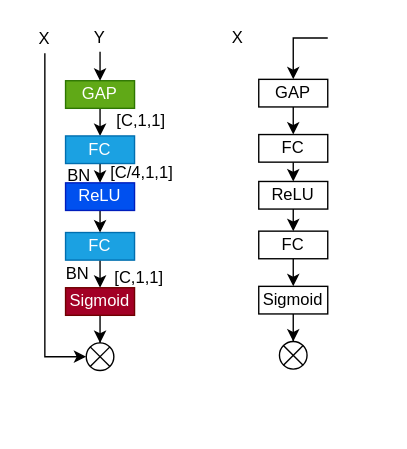
Before: ACM模块.drawio in paleblackless/diagrams, a draw.io diagram. Source tidied: cells renumbered, new cells numbered last; positions are measured from the earlier drawing's top-left corner, leaving out a move shared by most shapes. Both pictures are drawn from the tidied source at 138%, with x=0, y=0 at pixel (23, 23).
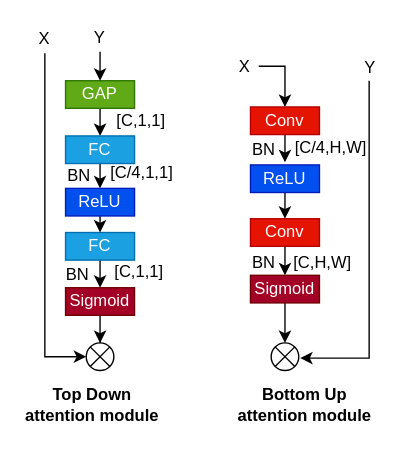
After the change.

Unchanged cells that the change refers to:
```xml
<mxCell id="13" value="X" style="text;html=1;strokeColor=none;fillColor=none;align=center;verticalAlign=middle;whiteSpace=wrap;rounded=0;" parent="1" vertex="1">
  <mxGeometry y="1" width="30" height="20" as="geometry" />
</mxCell>
<mxCell id="16" style="verticalLabelPosition=bottom;verticalAlign=top;html=1;shape=mxgraph.flowchart.or;" parent="1" vertex="1">
  <mxGeometry x="45" y="231" width="20" height="20" as="geometry" />
</mxCell>
```

Diff of the diagram source:
```diff
@@
     <mxCell id="9" value="ReLU" style="rounded=0;whiteSpace=wrap;html=1;fillColor=#0050ef;fontColor=#ffffff;strokeColor=#001DBC;" parent="1" vertex="1">
-      <mxGeometry x="30" y="115" width="50" height="20" as="geometry" />
+      <mxGeometry x="30" y="119" width="50" height="20" as="geometry" />
     </mxCell>
@@
     <mxCell id="12" style="edgeStyle=orthogonalEdgeStyle;rounded=0;jettySize=auto;html=1;exitX=0.5;exitY=1;exitDx=0;exitDy=0;entryX=0;entryY=0.5;entryDx=0;entryDy=0;entryPerimeter=0;" parent="1" edge="1" source="13" target="16">
-      <mxGeometry relative="1" as="geometry" />
+      <mxGeometry relative="1" as="geometry">
+        <Array as="points">
+          <mxPoint x="15" y="241" />
+        </Array>
+      </mxGeometry>
     </mxCell>
@@
-    <mxCell id="17" style="edgeStyle=orthogonalEdgeStyle;rounded=0;jettySize=auto;html=1;exitX=0.5;exitY=1;exitDx=0;exitDy=0;entryX=0.5;entryY=0;entryDx=0;entryDy=0;" parent="1" edge="1" source="18" target="22">
-      <mxGeometry relative="1" as="geometry" />
+    <mxCell id="17" style="edgeStyle=orthogonalEdgeStyle;rounded=0;jettySize=auto;html=1;exitX=0.5;exitY=1;exitDx=0;exitDy=0;entryX=0.5;entryY=0;entryDx=0;entryDy=0;" parent="1" edge="1" source="18">
+      <mxGeometry relative="1" as="geometry">
+        <mxPoint x="189" y="100" as="targetPoint" />
+      </mxGeometry>
     </mxCell>
-    <mxCell id="18" value="GAP" style="rounded=0;whiteSpace=wrap;html=1;" parent="1" vertex="1">
-      <mxGeometry x="170" y="40" width="50" height="20" as="geometry" />
+    <mxCell id="18" value="Conv" style="rounded=0;whiteSpace=wrap;html=1;fillColor=#e51400;fontColor=#ffffff;strokeColor=#B20000;" parent="1" vertex="1">
+      <mxGeometry x="164" y="60" width="50" height="20" as="geometry" />
     </mxCell>
-    <mxCell id="19" style="edgeStyle=orthogonalEdgeStyle;rounded=0;jettySize=auto;html=1;exitX=0.5;exitY=1;exitDx=0;exitDy=0;entryX=0.5;entryY=0;entryDx=0;entryDy=0;" parent="1" edge="1" source="20" target="26">
-      <mxGeometry relative="1" as="geometry" />
-    </mxCell>
-    <mxCell id="20" value="FC" style="rounded=0;whiteSpace=wrap;html=1;" parent="1" vertex="1">
-      <mxGeometry x="170" y="150" width="50" height="20" as="geometry" />
-    </mxCell>
-    <mxCell id="21" style="edgeStyle=orthogonalEdgeStyle;rounded=0;jettySize=auto;html=1;exitX=0.5;exitY=1;exitDx=0;exitDy=0;entryX=0.5;entryY=0;entryDx=0;entryDy=0;" parent="1" edge="1" source="22" target="24">
-      <mxGeometry relative="1" as="geometry" />
-    </mxCell>
-    <mxCell id="22" value="FC" style="rounded=0;whiteSpace=wrap;html=1;" parent="1" vertex="1">
-      <mxGeometry x="170" y="80" width="50" height="20" as="geometry" />
-    </mxCell>
-    <mxCell id="23" style="edgeStyle=orthogonalEdgeStyle;rounded=0;jettySize=auto;html=1;exitX=0.5;exitY=1;exitDx=0;exitDy=0;entryX=0.5;entryY=0;entryDx=0;entryDy=0;" parent="1" edge="1" source="24" target="20">
-      <mxGeometry relative="1" as="geometry" />
-    </mxCell>
-    <mxCell id="24" value="ReLU" style="rounded=0;whiteSpace=wrap;html=1;" parent="1" vertex="1">
-      <mxGeometry x="170" y="114" width="50" height="20" as="geometry" />
-    </mxCell>
-    <mxCell id="25" style="edgeStyle=orthogonalEdgeStyle;rounded=0;jettySize=auto;html=1;entryX=0.5;entryY=0;entryDx=0;entryDy=0;entryPerimeter=0;" parent="1" edge="1" source="26" target="29">
-      <mxGeometry relative="1" as="geometry" />
-    </mxCell>
-    <mxCell id="26" value="Sigmoid" style="rounded=0;whiteSpace=wrap;html=1;" parent="1" vertex="1">
-      <mxGeometry x="170" y="190" width="50" height="20" as="geometry" />
-    </mxCell>
+    <mxCell id="35" style="edgeStyle=orthogonalEdgeStyle;rounded=0;jettySize=auto;html=1;exitX=1;exitY=0.5;exitDx=0;exitDy=0;entryX=0.5;entryY=0;entryDx=0;entryDy=0;" parent="1" edge="1" source="27" target="18">
+      <mxGeometry relative="1" as="geometry" />
+    </mxCell>
     <mxCell id="27" value="X" style="text;html=1;strokeColor=none;fillColor=none;align=center;verticalAlign=middle;whiteSpace=wrap;rounded=0;" parent="1" vertex="1">
-      <mxGeometry x="140" width="30" height="20" as="geometry" />
+      <mxGeometry x="150" y="21" width="20" height="19" as="geometry" />
     </mxCell>
-    <mxCell id="28" style="edgeStyle=orthogonalEdgeStyle;rounded=0;jettySize=auto;html=1;entryX=0.5;entryY=0;entryDx=0;entryDy=0;" parent="1" edge="1" target="18">
-      <mxGeometry relative="1" as="geometry">
-        <mxPoint x="220" y="10" as="sourcePoint" />
-        <Array as="points">
-          <mxPoint x="195" y="10" />
-        </Array>
-      </mxGeometry>
-    </mxCell>
     <mxCell id="29" style="verticalLabelPosition=bottom;verticalAlign=top;html=1;shape=mxgraph.flowchart.or;" parent="1" vertex="1">
-      <mxGeometry x="185" y="230" width="20" height="20" as="geometry" />
+      <mxGeometry x="179" y="231" width="20" height="20" as="geometry" />
     </mxCell>
@@
     <mxCell id="33" value="BN" style="text;html=1;strokeColor=none;fillColor=none;align=center;verticalAlign=middle;whiteSpace=wrap;rounded=0;" parent="1" vertex="1">
-      <mxGeometry x="29" y="172" width="20" height="18" as="geometry" />
+      <mxGeometry x="29" y="173" width="20" height="18" as="geometry" />
     </mxCell>
     <mxCell id="34" value="[C,1,1]" style="text;html=1;strokeColor=none;fillColor=none;align=center;verticalAlign=middle;whiteSpace=wrap;rounded=0;" parent="1" vertex="1">
-      <mxGeometry x="65" y="178" width="37" height="12" as="geometry" />
+      <mxGeometry x="65" y="174" width="37" height="12" as="geometry" />
     </mxCell>
+    <mxCell id="36" style="edgeStyle=orthogonalEdgeStyle;rounded=0;jettySize=auto;html=1;" parent="1" edge="1" source="37">
+      <mxGeometry relative="1" as="geometry">
+        <mxPoint x="200" y="242" as="targetPoint" />
+        <Array as="points">
+          <mxPoint x="250" y="242" />
+        </Array>
+      </mxGeometry>
+    </mxCell>
+    <mxCell id="37" value="Y" style="text;html=1;strokeColor=none;fillColor=none;align=center;verticalAlign=middle;whiteSpace=wrap;rounded=0;" parent="1" vertex="1">
+      <mxGeometry x="241" y="22" width="20" height="19" as="geometry" />
+    </mxCell>
+    <mxCell id="38" style="edgeStyle=orthogonalEdgeStyle;rounded=0;jettySize=auto;html=1;exitX=0.5;exitY=1;exitDx=0;exitDy=0;entryX=0.5;entryY=0;entryDx=0;entryDy=0;" parent="1" edge="1" source="24" target="40">
+      <mxGeometry relative="1" as="geometry" />
+    </mxCell>
+    <mxCell id="24" value="ReLU" style="rounded=0;whiteSpace=wrap;html=1;fillColor=#0050ef;fontColor=#ffffff;strokeColor=#001DBC;" parent="1" vertex="1">
+      <mxGeometry x="164" y="102" width="50" height="20" as="geometry" />
+    </mxCell>
+    <mxCell id="39" style="edgeStyle=orthogonalEdgeStyle;rounded=0;jettySize=auto;html=1;exitX=0.5;exitY=1;exitDx=0;exitDy=0;entryX=0.5;entryY=0;entryDx=0;entryDy=0;" parent="1" edge="1" source="40" target="26">
+      <mxGeometry relative="1" as="geometry" />
+    </mxCell>
+    <mxCell id="40" value="Conv" style="rounded=0;whiteSpace=wrap;html=1;fillColor=#e51400;fontColor=#ffffff;strokeColor=#B20000;" parent="1" vertex="1">
+      <mxGeometry x="164" y="141" width="50" height="20" as="geometry" />
+    </mxCell>
+    <mxCell id="41" value="BN" style="text;html=1;strokeColor=none;fillColor=none;align=center;verticalAlign=middle;whiteSpace=wrap;rounded=0;" parent="1" vertex="1">
+      <mxGeometry x="164" y="82" width="20" height="18" as="geometry" />
+    </mxCell>
+    <mxCell id="42" value="[C/4,H,W]" style="text;html=1;strokeColor=none;fillColor=none;align=center;verticalAlign=middle;whiteSpace=wrap;rounded=0;" parent="1" vertex="1">
+      <mxGeometry x="204" y="84" width="37" height="12" as="geometry" />
+    </mxCell>
+    <mxCell id="43" value="BN" style="text;html=1;strokeColor=none;fillColor=none;align=center;verticalAlign=middle;whiteSpace=wrap;rounded=0;" parent="1" vertex="1">
+      <mxGeometry x="164" y="164" width="20" height="18" as="geometry" />
+    </mxCell>
+    <mxCell id="25" style="edgeStyle=orthogonalEdgeStyle;rounded=0;jettySize=auto;html=1;exitX=0.5;exitY=1;exitDx=0;exitDy=0;entryX=0.5;entryY=0;entryDx=0;entryDy=0;entryPerimeter=0;" parent="1" edge="1" source="26" target="29">
+      <mxGeometry relative="1" as="geometry" />
+    </mxCell>
+    <mxCell id="26" value="Sigmoid" style="rounded=0;whiteSpace=wrap;html=1;fillColor=#a20025;fontColor=#ffffff;strokeColor=#6F0000;" parent="1" vertex="1">
+      <mxGeometry x="164" y="182" width="50" height="20" as="geometry" />
+    </mxCell>
+    <mxCell id="44" value="[C,H,W]" style="text;html=1;strokeColor=none;fillColor=none;align=center;verticalAlign=middle;whiteSpace=wrap;rounded=0;" parent="1" vertex="1">
+      <mxGeometry x="198" y="167" width="37" height="12" as="geometry" />
+    </mxCell>
+    <mxCell id="45" value="&lt;b&gt;Top Down attention module&lt;/b&gt;" style="text;html=1;strokeColor=none;fillColor=none;align=center;verticalAlign=middle;whiteSpace=wrap;rounded=0;" parent="1" vertex="1">
+      <mxGeometry y="261" width="99" height="30" as="geometry" />
+    </mxCell>
+    <mxCell id="46" value="&lt;b&gt;Bottom Up attention module&lt;/b&gt;" style="text;html=1;strokeColor=none;fillColor=none;align=center;verticalAlign=middle;whiteSpace=wrap;rounded=0;" parent="1" vertex="1">
+      <mxGeometry x="154" y="261" width="99" height="30" as="geometry" />
+    </mxCell>
```
